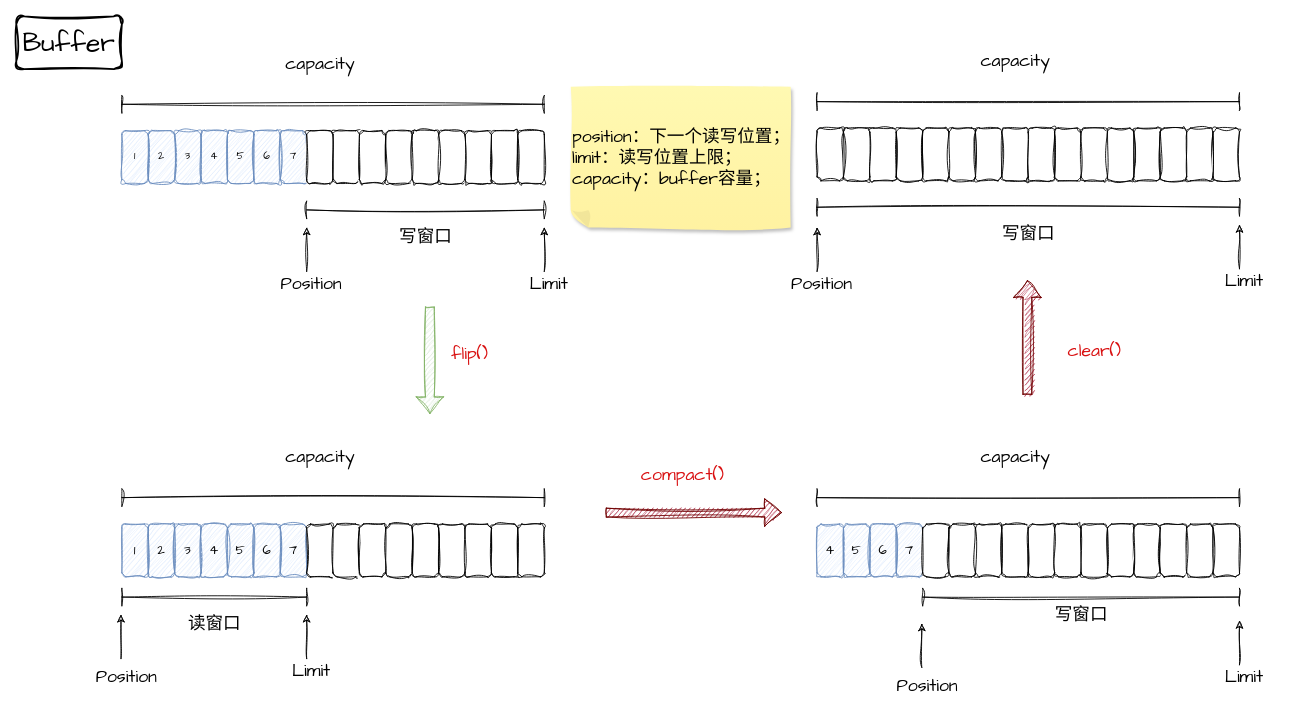
Before: JAVA/250521_JAVA_IO.drawio in Utihbi/pics, a draw.io diagram. Source tidied: cells renumbered, new cells numbered last; positions are measured from the earlier drawing's top-left corner, leaving out a move shared by most shapes. Both pictures are drawn from the tidied source at 88%, with x=0, y=0 at pixel (16, 16).
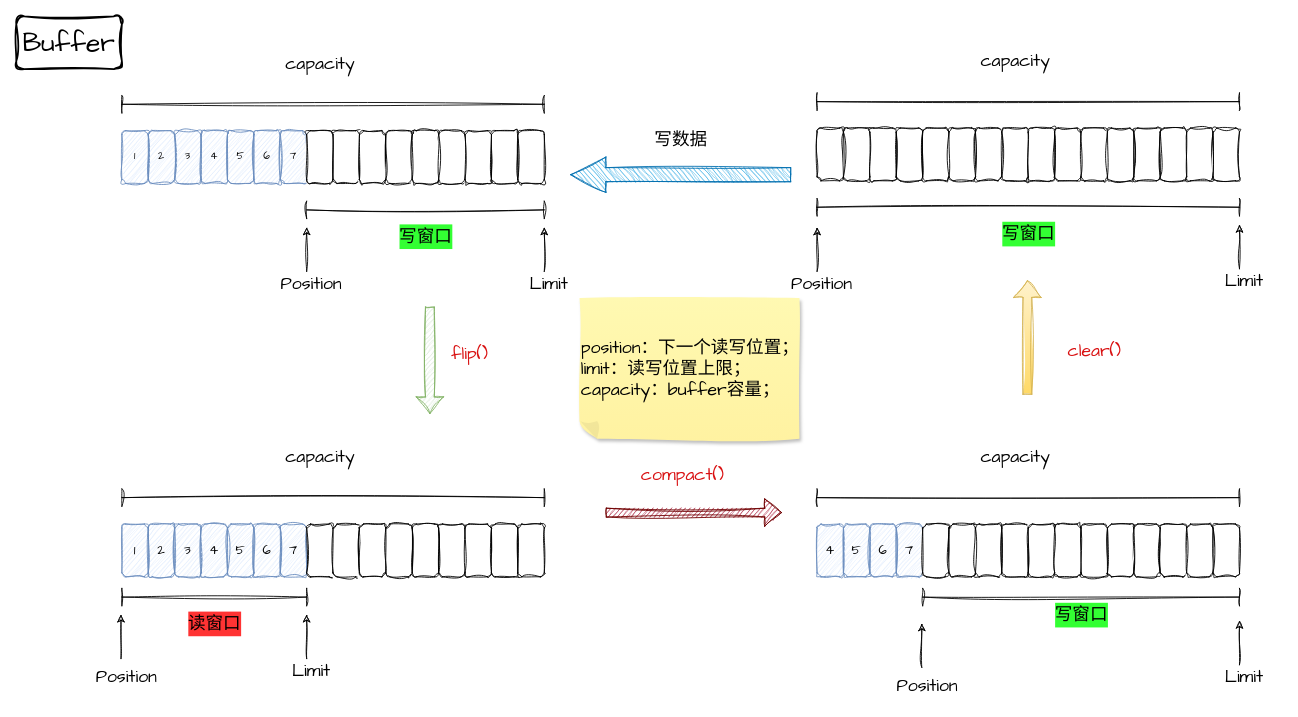
Above is the later version.

The change refers to these unchanged cells:
```xml
<mxCell id="2" style="group;fontSize=15;" parent="1" vertex="1">
  <mxGeometry x="80" y="480" width="520" height="290" as="geometry" />
</mxCell>
<mxCell id="30" style="group;" parent="1" vertex="1">
  <mxGeometry x="120" y="33" width="530" height="290" as="geometry" />
</mxCell>
```

The edit, as a diff of the source:
```diff
@@
-    <mxCell id="23" value="读窗口" style="text;html=1;align=center;verticalAlign=middle;strokeColor=none;fillColor=none;fontFamily=Architects Daughter;fontSize=20;" parent="2" vertex="1">
+    <mxCell id="23" value="&lt;span style=&quot;background-color: light-dark(rgb(255, 51, 51), rgb(237, 237, 237));&quot;&gt;读窗口&lt;/span&gt;" style="text;html=1;align=center;verticalAlign=middle;strokeColor=none;fillColor=none;fontFamily=Architects Daughter;fontSize=20;" parent="2" vertex="1">
       <mxGeometry x="105" y="190" width="80" height="40" as="geometry" />
     </mxCell>
@@
-    <mxCell id="51" value="写窗口" style="text;html=1;align=center;verticalAlign=middle;strokeColor=none;fillColor=none;fontFamily=Architects Daughter;fontSize=20;" parent="30" vertex="1">
+    <mxCell id="51" value="&lt;span style=&quot;background-color: rgb(51, 255, 51);&quot;&gt;写窗口&lt;/span&gt;" style="text;html=1;align=center;verticalAlign=middle;strokeColor=none;fillColor=none;fontFamily=Architects Daughter;fontSize=20;" parent="30" vertex="1">
       <mxGeometry x="305" y="197" width="80" height="40" as="geometry" />
     </mxCell>
@@
-    <mxCell id="63" value="写窗口" style="text;html=1;align=center;verticalAlign=middle;strokeColor=none;fillColor=none;fontFamily=Architects Daughter;fontSize=20;" parent="1" vertex="1">
+    <mxCell id="63" value="&lt;span style=&quot;background-color: rgb(51, 255, 51);&quot;&gt;写窗口&lt;/span&gt;" style="text;html=1;align=center;verticalAlign=middle;strokeColor=none;fillColor=none;fontFamily=Architects Daughter;fontSize=20;" parent="1" vertex="1">
       <mxGeometry x="1170" y="660" width="80" height="40" as="geometry" />
     </mxCell>
@@
-    <mxCell id="108" value="写窗口" style="text;html=1;align=center;verticalAlign=middle;strokeColor=none;fillColor=none;fontFamily=Architects Daughter;fontSize=20;" parent="1" vertex="1">
+    <mxCell id="108" value="&lt;span style=&quot;background-color: rgb(51, 255, 51);&quot;&gt;写窗口&lt;/span&gt;" style="text;html=1;align=center;verticalAlign=middle;strokeColor=none;fillColor=none;fontFamily=Architects Daughter;fontSize=20;" parent="1" vertex="1">
       <mxGeometry x="1110" y="227" width="80" height="40" as="geometry" />
     </mxCell>
@@
-    <mxCell id="115" style="shape=flexArrow;endArrow=classic;html=1;rounded=0;sketch=1;hachureGap=4;jiggle=2;curveFitting=1;fontFamily=Architects Daughter;fillColor=#a20025;strokeColor=#6F0000;" parent="1" edge="1">
+    <mxCell id="115" style="shape=flexArrow;endArrow=classic;html=1;rounded=0;sketch=1;hachureGap=4;jiggle=2;curveFitting=1;fontFamily=Architects Daughter;fillColor=#fff2cc;strokeColor=#d6b656;gradientColor=#ffd966;" parent="1" edge="1">
       <mxGeometry relative="1" as="geometry">
         <mxPoint x="1149" y="430" as="sourcePoint" />
         <mxPoint x="1149" y="300" as="targetPoint" />
       </mxGeometry>
     </mxCell>
@@
     <mxCell id="117" value="position：下一个读写位置；&lt;div&gt;limit：读写位置上限；&lt;/div&gt;&lt;div&gt;capacity：buffer容量；&lt;/div&gt;" style="shape=note;whiteSpace=wrap;html=1;backgroundOutline=1;fontColor=#000000;darkOpacity=0.05;fillColor=#FFF9B2;strokeColor=none;fillStyle=solid;direction=west;gradientDirection=north;gradientColor=#FFF2A1;shadow=1;size=20;sketch=1;hachureGap=4;jiggle=2;curveFitting=1;fontFamily=Architects Daughter;align=left;fontSize=20;" parent="1" vertex="1">
-      <mxGeometry x="630" y="80" width="250" height="160" as="geometry" />
+      <mxGeometry x="640" y="320" width="250" height="160" as="geometry" />
     </mxCell>
@@
+    <mxCell id="119" style="html=1;shadow=0;dashed=0;align=center;verticalAlign=middle;shape=mxgraph.arrows2.arrow;dy=0.6;dx=40;flipH=1;notch=0;sketch=1;hachureGap=4;jiggle=2;curveFitting=1;fontFamily=Architects Daughter;fillColor=#1ba1e2;fontColor=#ffffff;strokeColor=#006EAF;" parent="1" vertex="1">
+      <mxGeometry x="630" y="160" width="250" height="40" as="geometry" />
+    </mxCell>
+    <mxCell id="120" value="写数据" style="text;html=1;align=center;verticalAlign=middle;strokeColor=none;fillColor=none;fontFamily=Architects Daughter;fontSize=20;" parent="1" vertex="1">
+      <mxGeometry x="715" y="120" width="80" height="40" as="geometry" />
+    </mxCell>
```
